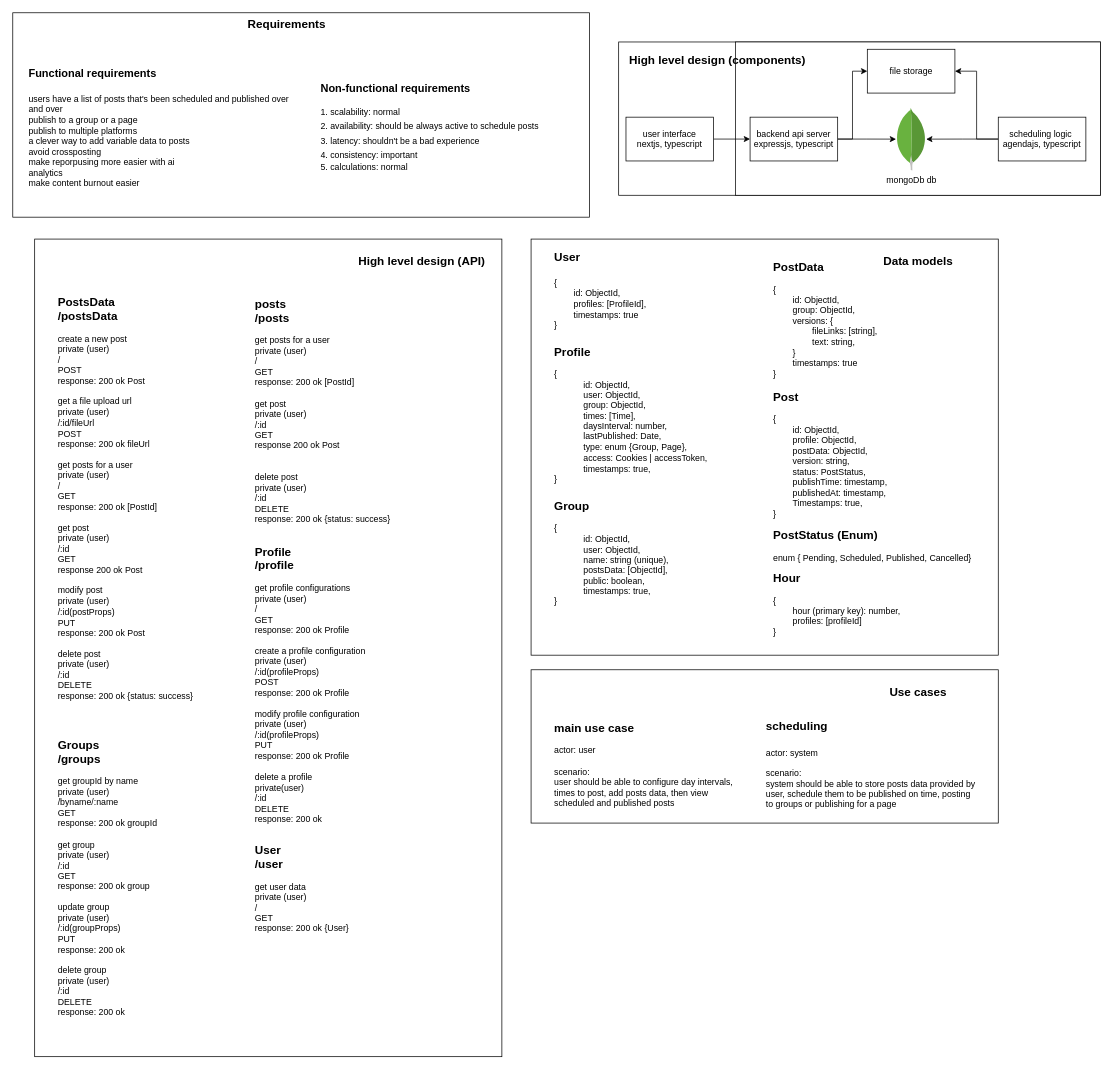
Above: page "high-level" (1 of 4) of auto-post.drawio in ahmed-elbehairy7/pamylka-system-design (draw.io), before the change. Source tidied: cells renumbered, new cells numbered last; positions are measured from the earlier drawing's top-left corner, leaving out a move shared by most shapes. Both pictures are drawn from the tidied source at 73%, with x=0, y=0 at pixel (12, 12).
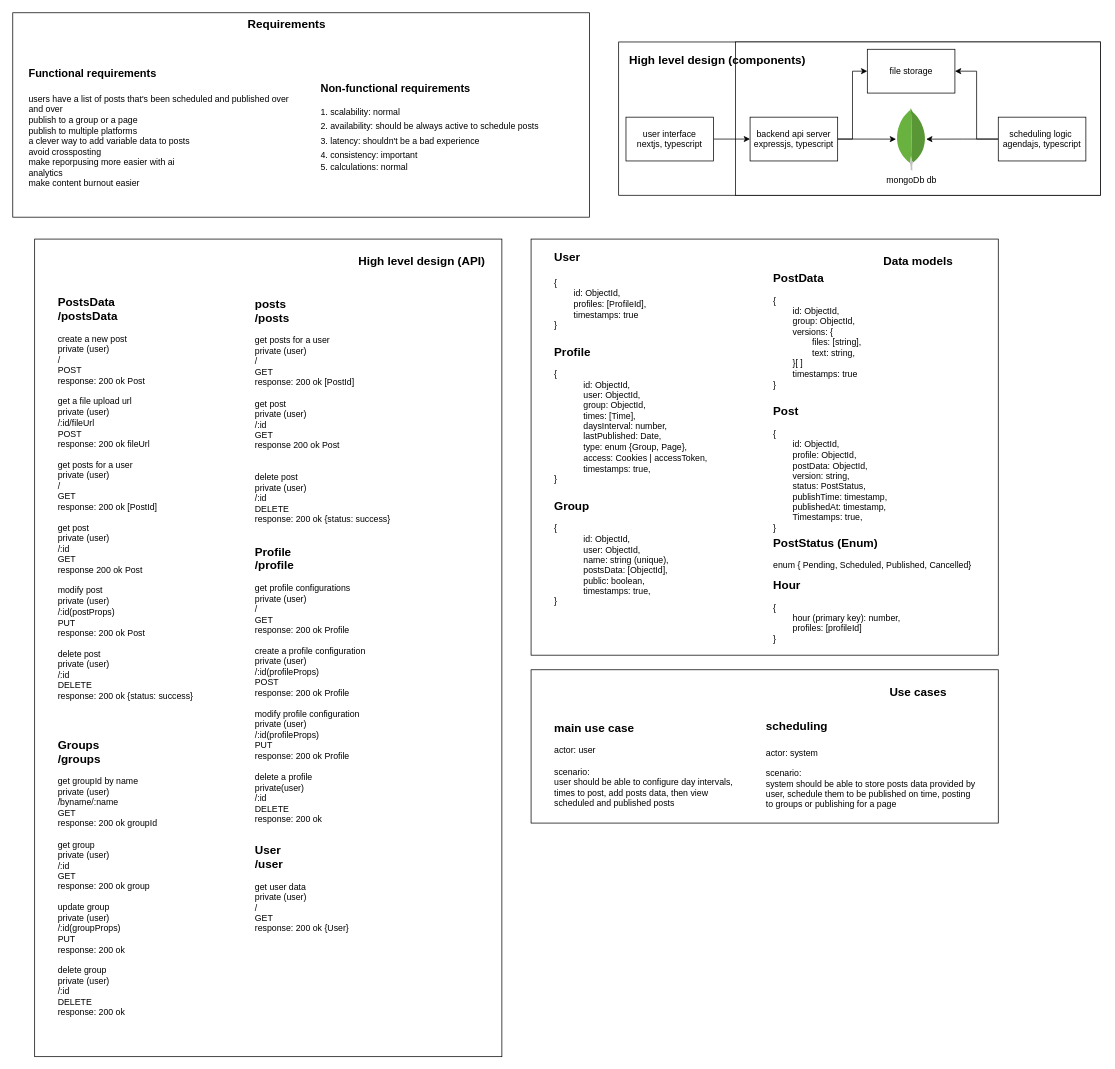
Above is the later version.

Unchanged cells that the change refers to:
```xml
<mxCell id="34" style="group;" parent="1" vertex="1">
  <mxGeometry x="710" y="310" width="640" height="570" as="geometry" />
</mxCell>
```

The edit, as a diff of the source:
```diff
@@
-    <mxCell id="37" value="&lt;div&gt;&lt;b style=&quot;font-size: 16px; background-color: transparent; color: light-dark(rgb(0, 0, 0), rgb(255, 255, 255));&quot;&gt;PostData&lt;/b&gt;&lt;/div&gt;&lt;div&gt;&lt;br&gt;&lt;/div&gt;&lt;div&gt;{&lt;/div&gt;&lt;div&gt;&lt;span style=&quot;white-space: pre;&quot;&gt;&#9;&lt;/span&gt;id: ObjectId,&lt;/div&gt;&lt;div&gt;&lt;span style=&quot;white-space: pre;&quot;&gt;&#9;&lt;/span&gt;group: ObjectId,&lt;br&gt;&lt;/div&gt;&lt;div&gt;&lt;span style=&quot;white-space: pre;&quot;&gt;&#9;&lt;/span&gt;versions: {&lt;/div&gt;&lt;div&gt;&lt;span style=&quot;white-space: pre;&quot;&gt;&#9;&lt;span style=&quot;white-space: pre;&quot;&gt;&#9;&lt;/span&gt;&lt;/span&gt;&lt;span style=&quot;background-color: transparent; color: light-dark(rgb(0, 0, 0), rgb(255, 255, 255)); white-space-collapse: preserve;&quot;&gt;fileLinks: [string],&lt;/span&gt;&lt;/div&gt;&lt;div&gt;&lt;span style=&quot;white-space-collapse: preserve;&quot;&gt;&lt;span&gt;&#9;&lt;span style=&quot;white-space: pre;&quot;&gt;&#9;&lt;/span&gt;&lt;/span&gt;text: string,&lt;/span&gt;&lt;/div&gt;&lt;div&gt;&lt;span style=&quot;white-space: pre;&quot;&gt;&#9;&lt;/span&gt;}&lt;br&gt;&lt;/div&gt;&lt;div&gt;&lt;span style=&quot;white-space-collapse: preserve; background-color: transparent; color: light-dark(rgb(0, 0, 0), rgb(255, 255, 255));&quot;&gt;&#9;&lt;/span&gt;&lt;span style=&quot;background-color: transparent; color: light-dark(rgb(0, 0, 0), rgb(255, 255, 255)); white-space-collapse: preserve;&quot;&gt;timestamps: true&lt;/span&gt;&lt;/div&gt;&lt;div&gt;}&lt;/div&gt;" style="text;html=1;align=left;verticalAlign=middle;strokeColor=none;fillColor=none;" parent="34" vertex="1">
-      <mxGeometry x="330" y="20" width="170" height="180" as="geometry" />
+    <mxCell id="37" value="&lt;div&gt;&lt;b style=&quot;font-size: 16px; background-color: transparent; color: light-dark(rgb(0, 0, 0), rgb(255, 255, 255));&quot;&gt;PostData&lt;/b&gt;&lt;/div&gt;&lt;div&gt;&lt;br&gt;&lt;/div&gt;&lt;div&gt;{&lt;/div&gt;&lt;div&gt;&lt;span style=&quot;white-space: pre;&quot;&gt;&#9;&lt;/span&gt;id: ObjectId,&lt;/div&gt;&lt;div&gt;&lt;span style=&quot;white-space: pre;&quot;&gt;&#9;&lt;/span&gt;group: ObjectId,&lt;br&gt;&lt;/div&gt;&lt;div&gt;&lt;span style=&quot;white-space: pre;&quot;&gt;&#9;&lt;/span&gt;versions: {&lt;/div&gt;&lt;div&gt;&lt;span style=&quot;white-space: pre;&quot;&gt;&#9;&lt;/span&gt;&lt;span style=&quot;white-space: pre;&quot;&gt;&#9;&lt;/span&gt;&lt;span style=&quot;background-color: transparent; color: light-dark(rgb(0, 0, 0), rgb(255, 255, 255)); white-space-collapse: preserve;&quot;&gt;files: [string],&lt;/span&gt;&lt;/div&gt;&lt;div&gt;&lt;span style=&quot;white-space-collapse: preserve;&quot;&gt;&lt;span&gt;&#9;&lt;span&gt;&#9;&lt;/span&gt;&lt;/span&gt;text: string,&lt;/span&gt;&lt;/div&gt;&lt;div&gt;&lt;span style=&quot;white-space: pre;&quot;&gt;&#9;&lt;/span&gt;}[ ]&lt;br&gt;&lt;/div&gt;&lt;div&gt;&lt;span style=&quot;white-space-collapse: preserve; background-color: transparent; color: light-dark(rgb(0, 0, 0), rgb(255, 255, 255));&quot;&gt;&#9;&lt;/span&gt;&lt;span style=&quot;background-color: transparent; color: light-dark(rgb(0, 0, 0), rgb(255, 255, 255)); white-space-collapse: preserve;&quot;&gt;timestamps: true&lt;/span&gt;&lt;/div&gt;&lt;div&gt;}&lt;/div&gt;" style="text;html=1;align=left;verticalAlign=middle;strokeColor=none;fillColor=none;" parent="34" vertex="1">
+      <mxGeometry x="330" y="35" width="140" height="180" as="geometry" />
     </mxCell>
@@
     <mxCell id="39" value="&lt;div&gt;&lt;span style=&quot;font-size: 16px;&quot;&gt;&lt;b&gt;Post&lt;/b&gt;&lt;/span&gt;&lt;/div&gt;&lt;div&gt;&lt;br&gt;&lt;/div&gt;&lt;div&gt;{&lt;/div&gt;&lt;div&gt;&lt;span style=&quot;white-space: pre;&quot;&gt;&#9;&lt;/span&gt;id: ObjectId,&lt;/div&gt;&lt;div&gt;&lt;span style=&quot;white-space: pre;&quot;&gt;&#9;&lt;/span&gt;profile: ObjectId,&lt;br&gt;&lt;/div&gt;&lt;div&gt;&lt;span style=&quot;white-space: pre;&quot;&gt;&#9;&lt;/span&gt;postData: ObjectId,&lt;br&gt;&lt;/div&gt;&lt;div&gt;&lt;span style=&quot;white-space: pre;&quot;&gt;&#9;&lt;/span&gt;version: string,&lt;br&gt;&lt;/div&gt;&lt;div&gt;&lt;span style=&quot;white-space: pre;&quot;&gt;&#9;&lt;/span&gt;status: PostStatus,&lt;/div&gt;&lt;div&gt;&lt;span style=&quot;white-space: pre;&quot;&gt;&#9;&lt;/span&gt;publishTime: timestamp,&lt;br&gt;&lt;/div&gt;&lt;div&gt;&lt;span style=&quot;white-space: pre;&quot;&gt;&#9;&lt;/span&gt;publishedAt: timestamp,&lt;br&gt;&lt;/div&gt;&lt;div&gt;&lt;span style=&quot;background-color: transparent; color: light-dark(rgb(0, 0, 0), rgb(255, 255, 255)); white-space-collapse: preserve;&quot;&gt;&lt;span style=&quot;white-space: pre;&quot;&gt;&#9;&lt;/span&gt;Timestamps: true,&lt;/span&gt;&lt;span style=&quot;background-color: transparent; color: light-dark(rgb(0, 0, 0), rgb(255, 255, 255)); white-space-collapse: preserve;&quot;&gt;&#9;&lt;/span&gt;&lt;span style=&quot;background-color: transparent; color: light-dark(rgb(0, 0, 0), rgb(255, 255, 255)); white-space-collapse: preserve;&quot;&gt;&#9;&lt;/span&gt;&lt;/div&gt;&lt;div&gt;}&lt;/div&gt;" style="text;html=1;align=left;verticalAlign=middle;strokeColor=none;fillColor=none;" parent="34" vertex="1">
-      <mxGeometry x="330" y="200" width="180" height="190" as="geometry" />
+      <mxGeometry x="330" y="220" width="180" height="190" as="geometry" />
     </mxCell>
     <mxCell id="40" value="&lt;div&gt;&lt;span style=&quot;font-size: 16px;&quot;&gt;&lt;b&gt;PostStatus (Enum)&lt;/b&gt;&lt;/span&gt;&lt;/div&gt;&lt;div&gt;&lt;span style=&quot;background-color: transparent; color: light-dark(rgb(0, 0, 0), rgb(255, 255, 255));&quot;&gt;&lt;br&gt;&lt;/span&gt;&lt;/div&gt;&lt;div&gt;&lt;span style=&quot;background-color: transparent; color: light-dark(rgb(0, 0, 0), rgb(255, 255, 255));&quot;&gt;enum { Pending, Scheduled, Published,&amp;nbsp;&lt;/span&gt;&lt;span style=&quot;background-color: transparent; color: light-dark(rgb(0, 0, 0), rgb(255, 255, 255));&quot;&gt;Cancelled}&lt;/span&gt;&lt;/div&gt;" style="text;html=1;align=left;verticalAlign=middle;strokeColor=none;fillColor=none;" parent="34" vertex="1">
-      <mxGeometry x="330" y="390" width="300" height="60" as="geometry" />
+      <mxGeometry x="330" y="400" width="300" height="60" as="geometry" />
     </mxCell>
@@
     <mxCell id="43" value="&lt;div&gt;&lt;span style=&quot;font-size: 16px;&quot;&gt;&lt;b&gt;Hour&lt;/b&gt;&lt;/span&gt;&lt;/div&gt;&lt;div&gt;&lt;span style=&quot;background-color: transparent; color: light-dark(rgb(0, 0, 0), rgb(255, 255, 255));&quot;&gt;&lt;br&gt;&lt;/span&gt;&lt;/div&gt;&lt;div&gt;&lt;span style=&quot;background-color: transparent; color: light-dark(rgb(0, 0, 0), rgb(255, 255, 255));&quot;&gt;{&lt;/span&gt;&lt;/div&gt;&lt;div&gt;&lt;span style=&quot;background-color: transparent; color: light-dark(rgb(0, 0, 0), rgb(255, 255, 255));&quot;&gt;&lt;span style=&quot;white-space: pre;&quot;&gt;&#9;&lt;/span&gt;hour (primary key): number,&lt;br&gt;&lt;/span&gt;&lt;/div&gt;&lt;div&gt;&lt;span style=&quot;background-color: transparent; color: light-dark(rgb(0, 0, 0), rgb(255, 255, 255));&quot;&gt;&lt;span style=&quot;white-space: pre;&quot;&gt;&#9;&lt;/span&gt;profiles: [profileId]&lt;br&gt;&lt;/span&gt;&lt;/div&gt;&lt;div&gt;&lt;span style=&quot;background-color: transparent; color: light-dark(rgb(0, 0, 0), rgb(255, 255, 255));&quot;&gt;&lt;/span&gt;&lt;span style=&quot;background-color: transparent; color: light-dark(rgb(0, 0, 0), rgb(255, 255, 255));&quot;&gt;}&lt;/span&gt;&lt;/div&gt;" style="text;html=1;align=left;verticalAlign=middle;strokeColor=none;fillColor=none;" parent="34" vertex="1">
-      <mxGeometry x="330" y="450" width="200" height="100" as="geometry" />
+      <mxGeometry x="330" y="460" width="200" height="100" as="geometry" />
     </mxCell>
```
